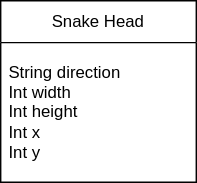
This is snake/snakeclassdiagram.drawio.svg from banananabusiness/project, a draw.io export, as it was before one commit. Source tidied: cells renumbered, new cells last; positions are measured from the earlier drawing's top-left corner, leaving out a move shared by most shapes.
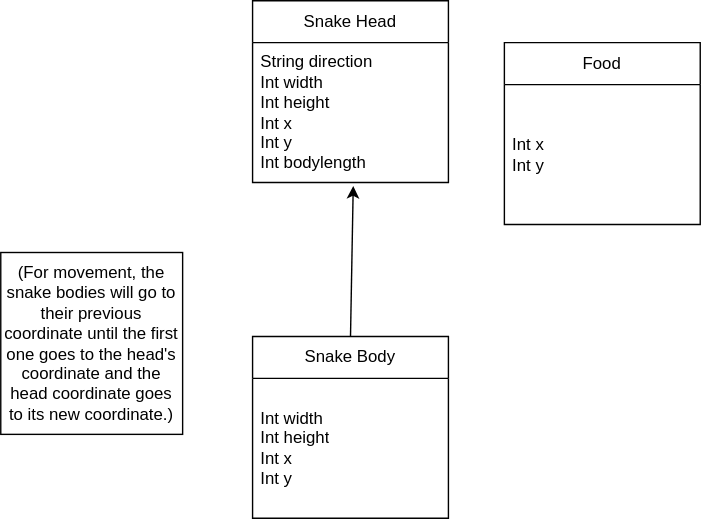
Above is the later version.

What changed in the source:
```diff
@@ -5,8 +5,26 @@
     <mxCell id="2" value="Snake Head" style="swimlane;fontStyle=0;horizontal=1;startSize=30;whiteSpace=wrap;html=1;" parent="1" vertex="1">
       <mxGeometry width="140" height="130" as="geometry" />
     </mxCell>
-    <mxCell id="3" value="String direction&lt;br&gt;Int width&lt;br&gt;Int height&lt;br&gt;Int x&lt;br&gt;Int y" style="text;strokeColor=none;fillColor=none;align=left;verticalAlign=middle;spacingLeft=4;spacingRight=4;overflow=hidden;points=[[0,0.5],[1,0.5]];portConstraint=eastwest;whiteSpace=wrap;html=1;" parent="2" vertex="1">
+    <mxCell id="3" value="String direction&lt;br&gt;Int width&lt;br&gt;Int height&lt;br&gt;Int x&lt;br&gt;Int y&lt;br&gt;Int bodylength" style="text;strokeColor=none;fillColor=none;align=left;verticalAlign=middle;spacingLeft=4;spacingRight=4;overflow=hidden;points=[[0,0.5],[1,0.5]];portConstraint=eastwest;whiteSpace=wrap;html=1;" parent="2" vertex="1">
       <mxGeometry y="30" width="140" height="100" as="geometry" />
     </mxCell>
+    <mxCell id="4" value="Snake Body" style="swimlane;fontStyle=0;horizontal=1;startSize=30;whiteSpace=wrap;html=1;" parent="1" vertex="1">
+      <mxGeometry y="240" width="140" height="130" as="geometry" />
+    </mxCell>
+    <mxCell id="5" value="Int width&lt;br&gt;Int height&lt;br&gt;Int x&lt;br&gt;Int y" style="text;strokeColor=none;fillColor=none;align=left;verticalAlign=middle;spacingLeft=4;spacingRight=4;overflow=hidden;whiteSpace=wrap;html=1;" parent="4" vertex="1">
+      <mxGeometry y="30" width="140" height="100" as="geometry" />
+    </mxCell>
+    <mxCell id="6" value="(For movement, the snake bodies will go to their previous coordinate until the first one goes to the head's coordinate and the head coordinate goes to its new coordinate.)" style="whiteSpace=wrap;html=1;" parent="1" vertex="1">
+      <mxGeometry x="-180" y="180" width="130" height="130" as="geometry" />
+    </mxCell>
+    <mxCell id="7" style="endArrow=classic;html=1;rounded=0;exitX=0.5;exitY=0;exitDx=0;exitDy=0;entryX=0.514;entryY=1.025;entryDx=0;entryDy=0;entryPerimeter=0;" parent="1" edge="1" source="4" target="3">
+      <mxGeometry relative="1" as="geometry" />
+    </mxCell>
+    <mxCell id="8" value="Food" style="swimlane;fontStyle=0;horizontal=1;startSize=30;whiteSpace=wrap;html=1;" parent="1" vertex="1">
+      <mxGeometry x="180" y="30" width="140" height="130" as="geometry" />
+    </mxCell>
+    <mxCell id="9" value="Int x&lt;br&gt;Int y" style="text;strokeColor=none;fillColor=none;align=left;verticalAlign=middle;spacingLeft=4;spacingRight=4;overflow=hidden;whiteSpace=wrap;html=1;" parent="8" vertex="1">
+      <mxGeometry y="30" width="140" height="100" as="geometry" />
+    </mxCell>
   </root>
 </mxGraphModel>
```
